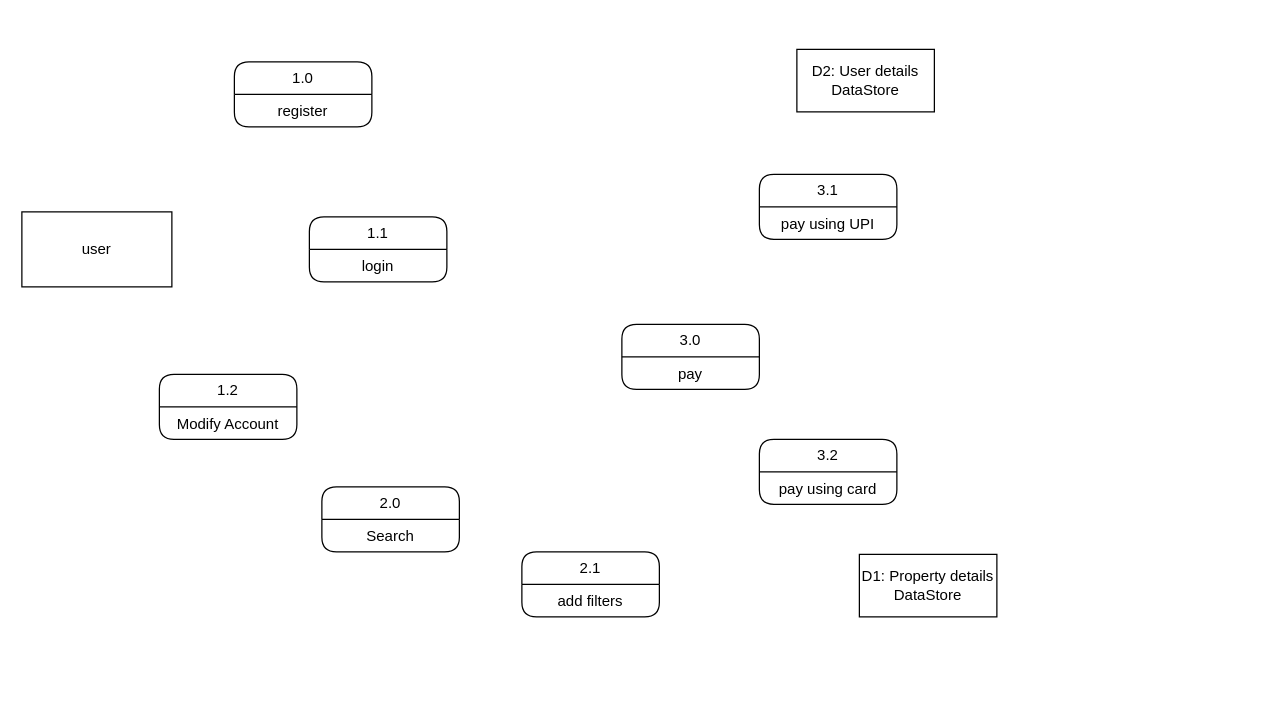
This is DFD lvl 3.drawio from Jainil2004/SEPM, a draw.io file, before an edit. Source tidied: cells renumbered, new cells numbered last; positions are measured from the earlier drawing's top-left corner, leaving out a move shared by most shapes. Both pictures are drawn from the tidied source at 125%, with x=0, y=0 at pixel (21, 49).
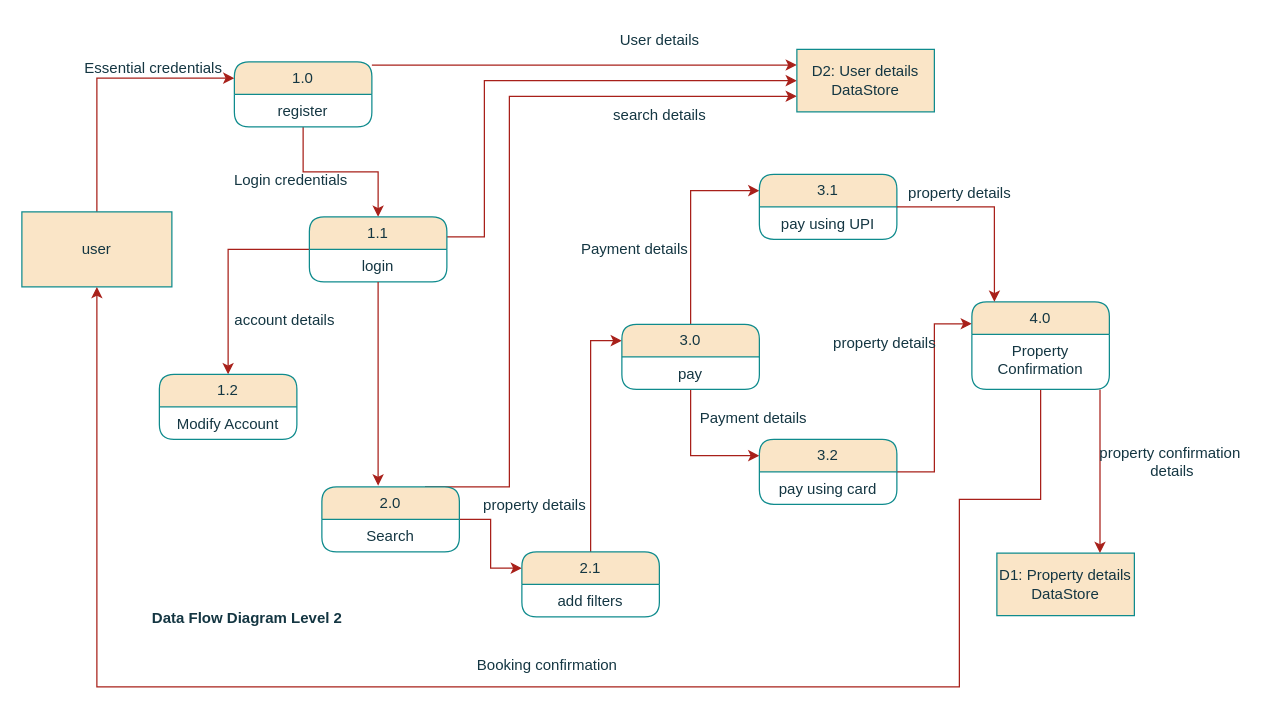
The same diagram, later.

What changed in the source:
```diff
@@
+    <mxCell id="21" style="edgeStyle=orthogonalEdgeStyle;rounded=0;jettySize=auto;html=1;entryX=0;entryY=0.25;entryDx=0;entryDy=0;strokeColor=#A8201A;fontColor=#143642;fillColor=#FAE5C7;" parent="1" edge="1" source="2" target="3">
+      <mxGeometry relative="1" as="geometry">
+        <Array as="points">
+          <mxPoint x="60" y="23" />
+        </Array>
+      </mxGeometry>
+    </mxCell>
-    <mxCell id="2" value="user" style="rounded=0;whiteSpace=wrap;html=1;" parent="1" vertex="1">
+    <mxCell id="2" value="user" style="rounded=0;whiteSpace=wrap;html=1;labelBackgroundColor=none;fillColor=#FAE5C7;strokeColor=#0F8B8D;fontColor=#143642;" parent="1" vertex="1">
       <mxGeometry y="130" width="120" height="60" as="geometry" />
     </mxCell>
+    <mxCell id="22" style="edgeStyle=orthogonalEdgeStyle;rounded=0;jettySize=auto;html=1;entryX=0.5;entryY=0;entryDx=0;entryDy=0;strokeColor=#A8201A;fontColor=#143642;fillColor=#FAE5C7;" parent="1" edge="1" source="3" target="5">
+      <mxGeometry relative="1" as="geometry" />
+    </mxCell>
+    <mxCell id="23" style="edgeStyle=orthogonalEdgeStyle;rounded=0;jettySize=auto;html=1;entryX=0;entryY=0.25;entryDx=0;entryDy=0;strokeColor=#A8201A;fontColor=#143642;fillColor=#FAE5C7;" parent="1" edge="1" source="3" target="20">
+      <mxGeometry relative="1" as="geometry">
+        <Array as="points">
+          <mxPoint x="450" y="13" />
+        </Array>
+      </mxGeometry>
+    </mxCell>
-    <mxCell id="3" value="1.0" style="swimlane;fontStyle=0;horizontal=1;startSize=26;fillColor=none;whiteSpace=wrap;html=1;rounded=1;" parent="1" vertex="1">
+    <mxCell id="3" value="1.0" style="swimlane;fontStyle=0;horizontal=1;startSize=26;fillColor=#FAE5C7;whiteSpace=wrap;html=1;rounded=1;strokeColor=#0F8B8D;labelBackgroundColor=none;fontColor=#143642;" parent="1" vertex="1">
       <mxGeometry x="170" y="10" width="110" height="52" as="geometry" />
     </mxCell>
-    <mxCell id="4" value="register" style="text;strokeColor=none;fillColor=none;align=center;verticalAlign=top;spacingLeft=4;spacingRight=4;overflow=hidden;whiteSpace=wrap;html=1;" parent="3" vertex="1">
+    <mxCell id="4" value="register" style="text;strokeColor=none;fillColor=none;align=center;verticalAlign=top;spacingLeft=4;spacingRight=4;overflow=hidden;whiteSpace=wrap;html=1;labelBackgroundColor=none;fontColor=#143642;" parent="3" vertex="1">
       <mxGeometry y="26" width="110" height="26" as="geometry" />
     </mxCell>
+    <mxCell id="24" style="edgeStyle=orthogonalEdgeStyle;rounded=0;jettySize=auto;html=1;entryX=0.5;entryY=0;entryDx=0;entryDy=0;strokeColor=#A8201A;fontColor=#143642;fillColor=#FAE5C7;" parent="1" edge="1" source="5" target="7">
+      <mxGeometry relative="1" as="geometry" />
+    </mxCell>
+    <mxCell id="25" style="edgeStyle=orthogonalEdgeStyle;rounded=0;jettySize=auto;html=1;entryX=0;entryY=0.5;entryDx=0;entryDy=0;strokeColor=#A8201A;fontColor=#143642;fillColor=#FAE5C7;" parent="1" edge="1" source="5" target="20">
+      <mxGeometry relative="1" as="geometry">
+        <Array as="points">
+          <mxPoint x="370" y="150" />
+          <mxPoint x="370" y="25" />
+        </Array>
+      </mxGeometry>
+    </mxCell>
-    <mxCell id="5" value="1.1" style="swimlane;fontStyle=0;horizontal=1;startSize=26;fillColor=none;whiteSpace=wrap;html=1;rounded=1;" parent="1" vertex="1">
+    <mxCell id="5" value="1.1" style="swimlane;fontStyle=0;horizontal=1;startSize=26;fillColor=#FAE5C7;whiteSpace=wrap;html=1;rounded=1;strokeColor=#0F8B8D;labelBackgroundColor=none;fontColor=#143642;" parent="1" vertex="1">
       <mxGeometry x="230" y="134" width="110" height="52" as="geometry" />
     </mxCell>
-    <mxCell id="6" value="login" style="text;strokeColor=none;fillColor=none;align=center;verticalAlign=top;spacingLeft=4;spacingRight=4;overflow=hidden;whiteSpace=wrap;html=1;" parent="5" vertex="1">
+    <mxCell id="6" value="login" style="text;strokeColor=none;fillColor=none;align=center;verticalAlign=top;spacingLeft=4;spacingRight=4;overflow=hidden;whiteSpace=wrap;html=1;labelBackgroundColor=none;fontColor=#143642;" parent="5" vertex="1">
       <mxGeometry y="26" width="110" height="26" as="geometry" />
     </mxCell>
-    <mxCell id="7" value="1.2" style="swimlane;fontStyle=0;horizontal=1;startSize=26;fillColor=none;whiteSpace=wrap;html=1;rounded=1;" parent="1" vertex="1">
+    <mxCell id="7" value="1.2" style="swimlane;fontStyle=0;horizontal=1;startSize=26;fillColor=#FAE5C7;whiteSpace=wrap;html=1;rounded=1;strokeColor=#0F8B8D;labelBackgroundColor=none;fontColor=#143642;" parent="1" vertex="1">
       <mxGeometry x="110" y="260" width="110" height="52" as="geometry" />
     </mxCell>
-    <mxCell id="8" value="Modify Account" style="text;strokeColor=none;fillColor=none;align=center;verticalAlign=top;spacingLeft=4;spacingRight=4;overflow=hidden;whiteSpace=wrap;html=1;" parent="7" vertex="1">
+    <mxCell id="8" value="Modify Account" style="text;strokeColor=none;fillColor=none;align=center;verticalAlign=top;spacingLeft=4;spacingRight=4;overflow=hidden;whiteSpace=wrap;html=1;labelBackgroundColor=none;fontColor=#143642;" parent="7" vertex="1">
       <mxGeometry y="26" width="110" height="26" as="geometry" />
     </mxCell>
+    <mxCell id="26" style="edgeStyle=orthogonalEdgeStyle;rounded=0;jettySize=auto;html=1;entryX=0;entryY=0.25;entryDx=0;entryDy=0;strokeColor=#A8201A;fontColor=#143642;fillColor=#FAE5C7;" parent="1" edge="1" source="9" target="11">
+      <mxGeometry relative="1" as="geometry" />
+    </mxCell>
+    <mxCell id="27" style="edgeStyle=orthogonalEdgeStyle;rounded=0;jettySize=auto;html=1;exitX=0.75;exitY=0;exitDx=0;exitDy=0;entryX=0;entryY=0.75;entryDx=0;entryDy=0;strokeColor=#A8201A;fontColor=#143642;fillColor=#FAE5C7;" parent="1" edge="1" source="9" target="20">
+      <mxGeometry relative="1" as="geometry">
+        <Array as="points">
+          <mxPoint x="390" y="350" />
+          <mxPoint x="390" y="38" />
+        </Array>
+      </mxGeometry>
+    </mxCell>
-    <mxCell id="9" value="2.0" style="swimlane;fontStyle=0;horizontal=1;startSize=26;fillColor=none;whiteSpace=wrap;html=1;rounded=1;" parent="1" vertex="1">
+    <mxCell id="9" value="2.0" style="swimlane;fontStyle=0;horizontal=1;startSize=26;fillColor=#FAE5C7;whiteSpace=wrap;html=1;rounded=1;strokeColor=#0F8B8D;labelBackgroundColor=none;fontColor=#143642;" parent="1" vertex="1">
       <mxGeometry x="240" y="350" width="110" height="52" as="geometry" />
     </mxCell>
-    <mxCell id="10" value="Search" style="text;strokeColor=none;fillColor=none;align=center;verticalAlign=top;spacingLeft=4;spacingRight=4;overflow=hidden;whiteSpace=wrap;html=1;" parent="9" vertex="1">
+    <mxCell id="10" value="Search" style="text;strokeColor=none;fillColor=none;align=center;verticalAlign=top;spacingLeft=4;spacingRight=4;overflow=hidden;whiteSpace=wrap;html=1;labelBackgroundColor=none;fontColor=#143642;" parent="9" vertex="1">
       <mxGeometry y="26" width="110" height="26" as="geometry" />
     </mxCell>
+    <mxCell id="28" style="edgeStyle=orthogonalEdgeStyle;rounded=0;jettySize=auto;html=1;entryX=0;entryY=0.25;entryDx=0;entryDy=0;strokeColor=#A8201A;fontColor=#143642;fillColor=#FAE5C7;" parent="1" edge="1" source="11" target="13">
+      <mxGeometry relative="1" as="geometry" />
+    </mxCell>
-    <mxCell id="11" value="2.1" style="swimlane;fontStyle=0;horizontal=1;startSize=26;fillColor=none;whiteSpace=wrap;html=1;rounded=1;" parent="1" vertex="1">
+    <mxCell id="11" value="2.1" style="swimlane;fontStyle=0;horizontal=1;startSize=26;fillColor=#FAE5C7;whiteSpace=wrap;html=1;rounded=1;strokeColor=#0F8B8D;labelBackgroundColor=none;fontColor=#143642;" parent="1" vertex="1">
       <mxGeometry x="400" y="402" width="110" height="52" as="geometry" />
     </mxCell>
-    <mxCell id="12" value="add filters" style="text;strokeColor=none;fillColor=none;align=center;verticalAlign=top;spacingLeft=4;spacingRight=4;overflow=hidden;whiteSpace=wrap;html=1;" parent="11" vertex="1">
+    <mxCell id="12" value="add filters" style="text;strokeColor=none;fillColor=none;align=center;verticalAlign=top;spacingLeft=4;spacingRight=4;overflow=hidden;whiteSpace=wrap;html=1;labelBackgroundColor=none;fontColor=#143642;" parent="11" vertex="1">
       <mxGeometry y="26" width="110" height="26" as="geometry" />
     </mxCell>
+    <mxCell id="29" style="edgeStyle=orthogonalEdgeStyle;rounded=0;jettySize=auto;html=1;entryX=0;entryY=0.25;entryDx=0;entryDy=0;strokeColor=#A8201A;fontColor=#143642;fillColor=#FAE5C7;" parent="1" edge="1" source="13" target="15">
+      <mxGeometry relative="1" as="geometry" />
+    </mxCell>
+    <mxCell id="30" style="edgeStyle=orthogonalEdgeStyle;rounded=0;jettySize=auto;html=1;entryX=0;entryY=0.25;entryDx=0;entryDy=0;strokeColor=#A8201A;fontColor=#143642;fillColor=#FAE5C7;" parent="1" edge="1" source="13" target="17">
+      <mxGeometry relative="1" as="geometry" />
+    </mxCell>
-    <mxCell id="13" value="3.0" style="swimlane;fontStyle=0;horizontal=1;startSize=26;fillColor=none;whiteSpace=wrap;html=1;rounded=1;" parent="1" vertex="1">
+    <mxCell id="13" value="3.0" style="swimlane;fontStyle=0;horizontal=1;startSize=26;fillColor=#FAE5C7;whiteSpace=wrap;html=1;rounded=1;strokeColor=#0F8B8D;labelBackgroundColor=none;fontColor=#143642;" parent="1" vertex="1">
       <mxGeometry x="480" y="220" width="110" height="52" as="geometry" />
     </mxCell>
-    <mxCell id="14" value="pay" style="text;strokeColor=none;fillColor=none;align=center;verticalAlign=top;spacingLeft=4;spacingRight=4;overflow=hidden;whiteSpace=wrap;html=1;" parent="13" vertex="1">
+    <mxCell id="14" value="pay" style="text;strokeColor=none;fillColor=none;align=center;verticalAlign=top;spacingLeft=4;spacingRight=4;overflow=hidden;whiteSpace=wrap;html=1;labelBackgroundColor=none;fontColor=#143642;" parent="13" vertex="1">
       <mxGeometry y="26" width="110" height="26" as="geometry" />
     </mxCell>
-    <mxCell id="15" value="3.1" style="swimlane;fontStyle=0;horizontal=1;startSize=26;fillColor=none;whiteSpace=wrap;html=1;rounded=1;" parent="1" vertex="1">
+    <mxCell id="15" value="3.1" style="swimlane;fontStyle=0;horizontal=1;startSize=26;fillColor=#FAE5C7;whiteSpace=wrap;html=1;rounded=1;strokeColor=#0F8B8D;labelBackgroundColor=none;fontColor=#143642;" parent="1" vertex="1">
       <mxGeometry x="590" y="100" width="110" height="52" as="geometry" />
     </mxCell>
-    <mxCell id="16" value="pay using UPI" style="text;strokeColor=none;fillColor=none;align=center;verticalAlign=top;spacingLeft=4;spacingRight=4;overflow=hidden;whiteSpace=wrap;html=1;" parent="15" vertex="1">
+    <mxCell id="16" value="pay using UPI" style="text;strokeColor=none;fillColor=none;align=center;verticalAlign=top;spacingLeft=4;spacingRight=4;overflow=hidden;whiteSpace=wrap;html=1;labelBackgroundColor=none;fontColor=#143642;" parent="15" vertex="1">
       <mxGeometry y="26" width="110" height="26" as="geometry" />
     </mxCell>
+    <mxCell id="31" style="edgeStyle=orthogonalEdgeStyle;rounded=0;jettySize=auto;html=1;entryX=0;entryY=0.25;entryDx=0;entryDy=0;strokeColor=#A8201A;fontColor=#143642;fillColor=#FAE5C7;" parent="1" edge="1" source="17" target="35">
+      <mxGeometry relative="1" as="geometry" />
+    </mxCell>
-    <mxCell id="17" value="3.2" style="swimlane;fontStyle=0;horizontal=1;startSize=26;fillColor=none;whiteSpace=wrap;html=1;rounded=1;" parent="1" vertex="1">
+    <mxCell id="17" value="3.2" style="swimlane;fontStyle=0;horizontal=1;startSize=26;fillColor=#FAE5C7;whiteSpace=wrap;html=1;rounded=1;strokeColor=#0F8B8D;labelBackgroundColor=none;fontColor=#143642;" parent="1" vertex="1">
       <mxGeometry x="590" y="312" width="110" height="52" as="geometry" />
     </mxCell>
-    <mxCell id="18" value="pay using card" style="text;strokeColor=none;fillColor=none;align=center;verticalAlign=top;spacingLeft=4;spacingRight=4;overflow=hidden;whiteSpace=wrap;html=1;" parent="17" vertex="1">
+    <mxCell id="18" value="pay using card" style="text;strokeColor=none;fillColor=none;align=center;verticalAlign=top;spacingLeft=4;spacingRight=4;overflow=hidden;whiteSpace=wrap;html=1;labelBackgroundColor=none;fontColor=#143642;" parent="17" vertex="1">
       <mxGeometry y="26" width="110" height="26" as="geometry" />
     </mxCell>
-    <mxCell id="19" value="D1: Property details DataStore" style="html=1;whiteSpace=wrap;" parent="1" vertex="1">
-      <mxGeometry x="670" y="404" width="110" height="50" as="geometry" />
+    <mxCell id="19" value="D1: Property details DataStore" style="html=1;whiteSpace=wrap;labelBackgroundColor=none;fillColor=#FAE5C7;strokeColor=#0F8B8D;fontColor=#143642;" parent="1" vertex="1">
+      <mxGeometry x="780" y="403" width="110" height="50" as="geometry" />
     </mxCell>
-    <mxCell id="20" value="D2: User details DataStore" style="html=1;whiteSpace=wrap;" parent="1" vertex="1">
+    <mxCell id="20" value="D2: User details DataStore" style="html=1;whiteSpace=wrap;labelBackgroundColor=none;fillColor=#FAE5C7;strokeColor=#0F8B8D;fontColor=#143642;" parent="1" vertex="1">
       <mxGeometry x="620" width="110" height="50" as="geometry" />
     </mxCell>
+    <mxCell id="32" style="edgeStyle=orthogonalEdgeStyle;rounded=0;jettySize=auto;html=1;entryX=0.409;entryY=-0.019;entryDx=0;entryDy=0;entryPerimeter=0;strokeColor=#A8201A;fontColor=#143642;fillColor=#FAE5C7;" parent="1" edge="1" source="5" target="9">
+      <mxGeometry relative="1" as="geometry" />
+    </mxCell>
+    <mxCell id="33" style="edgeStyle=orthogonalEdgeStyle;rounded=0;jettySize=auto;html=1;entryX=0.5;entryY=1;entryDx=0;entryDy=0;strokeColor=#A8201A;fontColor=#143642;fillColor=#FAE5C7;" parent="1" edge="1" source="35" target="2">
+      <mxGeometry relative="1" as="geometry">
+        <Array as="points">
+          <mxPoint x="815" y="360" />
+          <mxPoint x="750" y="360" />
+          <mxPoint x="750" y="510" />
+          <mxPoint x="60" y="510" />
+        </Array>
+      </mxGeometry>
+    </mxCell>
+    <mxCell id="34" style="edgeStyle=orthogonalEdgeStyle;rounded=0;jettySize=auto;html=1;entryX=0.75;entryY=0;entryDx=0;entryDy=0;strokeColor=#A8201A;fontColor=#143642;fillColor=#FAE5C7;" parent="1" edge="1" source="35" target="19">
+      <mxGeometry relative="1" as="geometry">
+        <Array as="points">
+          <mxPoint x="863" y="338" />
+        </Array>
+      </mxGeometry>
+    </mxCell>
+    <mxCell id="35" value="4.0" style="swimlane;fontStyle=0;horizontal=1;startSize=26;fillColor=#FAE5C7;whiteSpace=wrap;html=1;rounded=1;strokeColor=#0F8B8D;labelBackgroundColor=none;fontColor=#143642;" parent="1" vertex="1">
+      <mxGeometry x="760" y="202" width="110" height="70" as="geometry" />
+    </mxCell>
+    <mxCell id="36" value="Property Confirmation" style="text;strokeColor=none;fillColor=none;align=center;verticalAlign=top;spacingLeft=4;spacingRight=4;overflow=hidden;whiteSpace=wrap;html=1;labelBackgroundColor=none;fontColor=#143642;" parent="35" vertex="1">
+      <mxGeometry y="26" width="110" height="44" as="geometry" />
+    </mxCell>
+    <mxCell id="37" style="edgeStyle=orthogonalEdgeStyle;rounded=0;jettySize=auto;html=1;entryX=0.164;entryY=0;entryDx=0;entryDy=0;entryPerimeter=0;strokeColor=#A8201A;fontColor=#143642;fillColor=#FAE5C7;" parent="1" edge="1" source="15" target="35">
+      <mxGeometry relative="1" as="geometry" />
+    </mxCell>
+    <mxCell id="38" value="Essential credentials" style="text;html=1;align=center;verticalAlign=middle;strokeColor=none;fillColor=none;fontColor=#143642;" parent="1" vertex="1">
+      <mxGeometry x="40" width="130" height="30" as="geometry" />
+    </mxCell>
+    <mxCell id="39" value="Login credentials" style="text;html=1;align=center;verticalAlign=middle;strokeColor=none;fillColor=none;fontColor=#143642;" parent="1" vertex="1">
+      <mxGeometry x="160" y="90" width="110" height="30" as="geometry" />
+    </mxCell>
+    <mxCell id="40" value="account details" style="text;html=1;align=center;verticalAlign=middle;strokeColor=none;fillColor=none;fontColor=#143642;" parent="1" vertex="1">
+      <mxGeometry x="160" y="202" width="100" height="30" as="geometry" />
+    </mxCell>
+    <mxCell id="41" value="property details" style="text;html=1;align=center;verticalAlign=middle;strokeColor=none;fillColor=none;fontColor=#143642;" parent="1" vertex="1">
+      <mxGeometry x="360" y="350" width="100" height="30" as="geometry" />
+    </mxCell>
+    <mxCell id="42" value="Payment details" style="text;html=1;align=center;verticalAlign=middle;strokeColor=none;fillColor=none;fontColor=#143642;" parent="1" vertex="1">
+      <mxGeometry x="435" y="145" width="110" height="30" as="geometry" />
+    </mxCell>
+    <mxCell id="43" value="property details" style="text;html=1;align=center;verticalAlign=middle;strokeColor=none;fillColor=none;fontColor=#143642;" parent="1" vertex="1">
+      <mxGeometry x="700" y="100" width="100" height="30" as="geometry" />
+    </mxCell>
+    <mxCell id="44" value="Payment details" style="text;html=1;align=center;verticalAlign=middle;strokeColor=none;fillColor=none;fontColor=#143642;" parent="1" vertex="1">
+      <mxGeometry x="530" y="280" width="110" height="30" as="geometry" />
+    </mxCell>
+    <mxCell id="45" value="property details" style="text;html=1;align=center;verticalAlign=middle;strokeColor=none;fillColor=none;fontColor=#143642;" parent="1" vertex="1">
+      <mxGeometry x="640" y="220" width="100" height="30" as="geometry" />
+    </mxCell>
+    <mxCell id="46" value="&lt;div&gt;property confirmation&amp;nbsp;&lt;/div&gt;&lt;div&gt;details&lt;/div&gt;" style="text;html=1;align=center;verticalAlign=middle;strokeColor=none;fillColor=none;fontColor=#143642;" parent="1" vertex="1">
+      <mxGeometry x="850" y="310" width="140" height="40" as="geometry" />
+    </mxCell>
+    <mxCell id="47" value="Booking confirmation" style="text;html=1;align=center;verticalAlign=middle;strokeColor=none;fillColor=none;fontColor=#143642;" parent="1" vertex="1">
+      <mxGeometry x="355" y="478" width="130" height="30" as="geometry" />
+    </mxCell>
+    <mxCell id="48" value="User details" style="text;html=1;align=center;verticalAlign=middle;strokeColor=none;fillColor=none;fontColor=#143642;" parent="1" vertex="1">
+      <mxGeometry x="465" y="-22" width="90" height="30" as="geometry" />
+    </mxCell>
+    <mxCell id="49" value="search details" style="text;html=1;align=center;verticalAlign=middle;strokeColor=none;fillColor=none;fontColor=#143642;" parent="1" vertex="1">
+      <mxGeometry x="460" y="38" width="100" height="30" as="geometry" />
+    </mxCell>
+    <mxCell id="50" value="&lt;b&gt;Data Flow Diagram Level 2&lt;/b&gt;" style="text;html=1;align=center;verticalAlign=middle;strokeColor=none;fillColor=none;fontColor=#143642;" parent="1" vertex="1">
+      <mxGeometry x="95" y="440" width="170" height="30" as="geometry" />
+    </mxCell>
```
